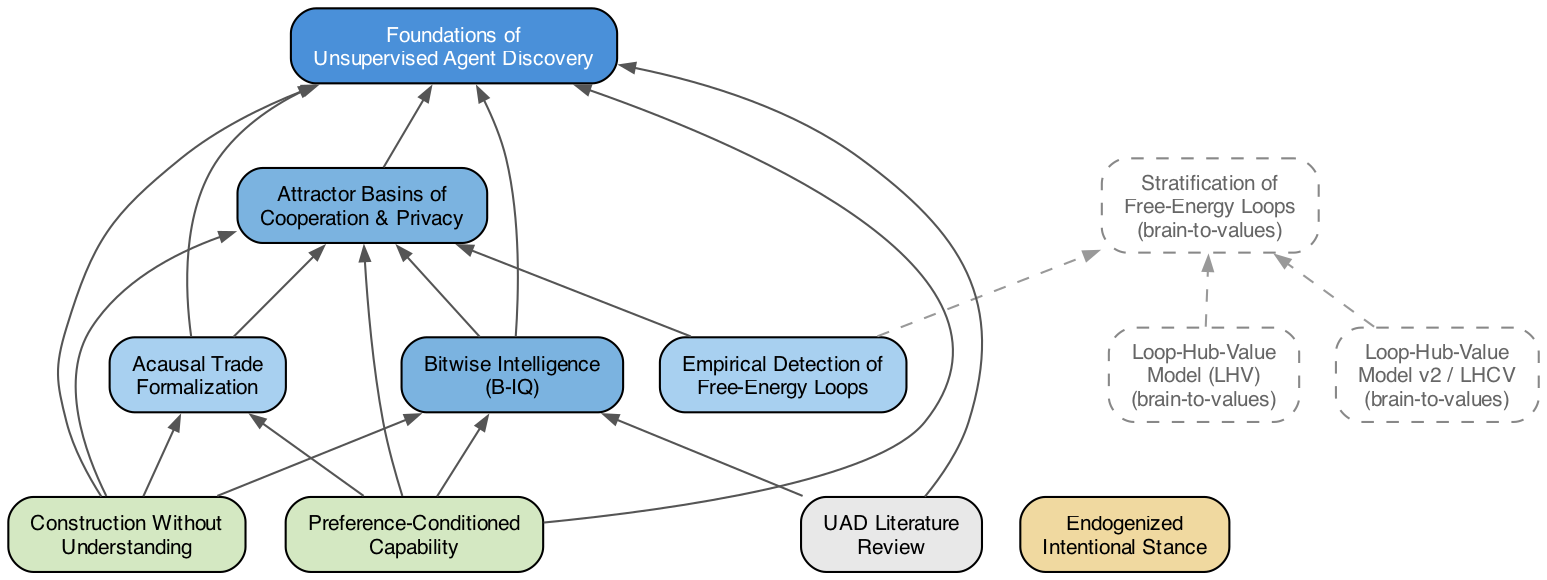
Earlier version of the Graphviz export docs/papers/paper-dependencies.png (GunnarZarncke/agency-detect). Its source is kept beside it as docs/papers/paper-dependencies.dot.
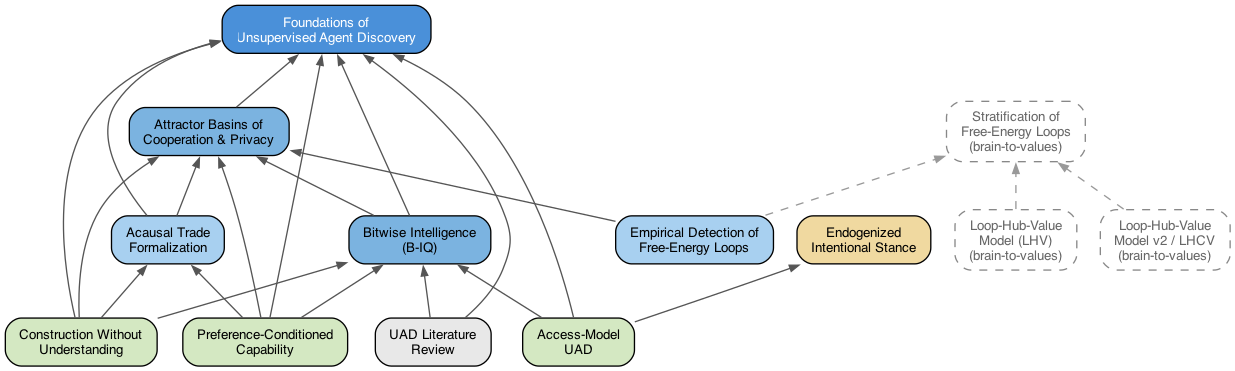
Above is the later version.

The edit, as a diff of the source:
```diff
@@ -12,6 +12,7 @@
     ACT  [label="Acausal Trade\nFormalization", fillcolor="#A8D0F0"];
     APP  [label="Empirical Detection of\nFree-Energy Loops", fillcolor="#A8D0F0"];
 
+    ACC  [label="Access-Model\nUAD", fillcolor="#D4E8C2"];
     PCC  [label="Preference-Conditioned\nCapability", fillcolor="#D4E8C2"];
     CWU  [label="Construction Without\nUnderstanding", fillcolor="#D4E8C2"];
     LIT  [label="UAD Literature\nReview", fillcolor="#E8E8E8"];
@@ -46,4 +47,8 @@
     CWU -> BIQ;
     CWU -> ABC;
     CWU -> ACT;
+
+    ACC -> UAD;
+    ACC -> EIS;
+    ACC -> BIQ;
 }
```
